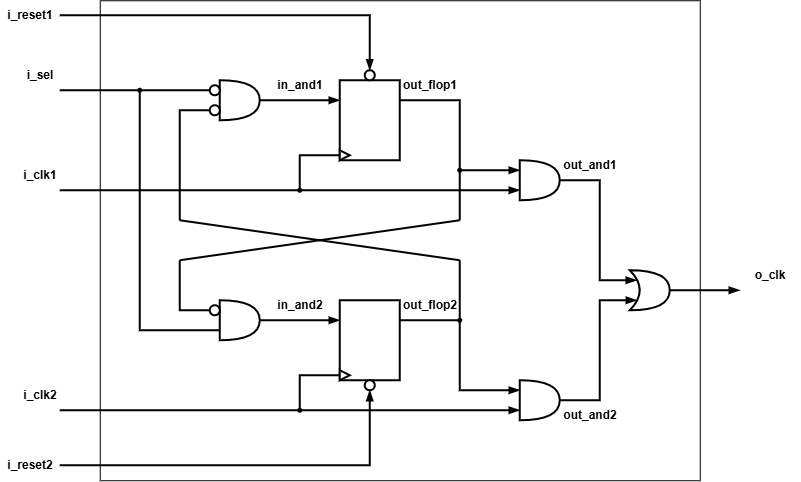
ddbTran/Common-IP keeps this draw.io diagram as ip/clk_mux/docs/clk_mux.png. Above is the earlier version. Source tidied: cells renumbered, new cells last; positions are measured from the earlier drawing's top-left corner, leaving out a move shared by most shapes.
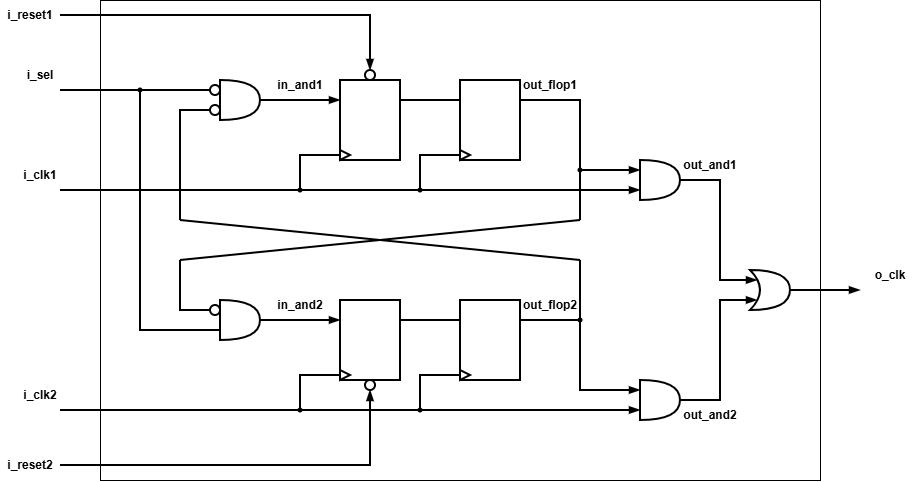
After the commit.

Commit message:
Update block diagram

Change to the diagram source:
```diff
@@ -71,7 +71,7 @@
       </mxGeometry>
     </mxCell>
     <mxCell id="20" style="shape=or;whiteSpace=wrap;html=1;shapeInside=1;strokeWidth=2;fontStyle=1;" parent="1" vertex="1">
-      <mxGeometry x="520" y="160" width="40" height="40" as="geometry" />
+      <mxGeometry x="640" y="160" width="40" height="40" as="geometry" />
     </mxCell>
     <mxCell id="21" style="edgeStyle=orthogonalEdgeStyle;rounded=0;jettySize=auto;html=1;exitX=0;exitY=0.75;exitDx=0;exitDy=0;exitPerimeter=0;endArrow=none;endFill=0;startArrow=blockThin;startFill=1;strokeWidth=2;fontStyle=1;" parent="1" edge="1" source="22">
       <mxGeometry relative="1" as="geometry">
@@ -79,66 +79,66 @@
       </mxGeometry>
     </mxCell>
     <mxCell id="22" style="shape=or;whiteSpace=wrap;html=1;shapeInside=1;strokeWidth=2;fontStyle=1;" parent="1" vertex="1">
-      <mxGeometry x="520" y="380" width="40" height="40" as="geometry" />
+      <mxGeometry x="640" y="380" width="40" height="40" as="geometry" />
     </mxCell>
     <mxCell id="23" style="edgeStyle=orthogonalEdgeStyle;rounded=0;jettySize=auto;html=1;exitX=1;exitY=0.5;exitDx=0;exitDy=0;exitPerimeter=0;endArrow=blockThin;endFill=1;strokeWidth=2;fontStyle=1;" parent="1" edge="1" source="24">
       <mxGeometry relative="1" as="geometry">
-        <mxPoint x="740" y="290" as="targetPoint" />
+        <mxPoint x="860" y="290" as="targetPoint" />
       </mxGeometry>
     </mxCell>
     <mxCell id="24" style="shape=xor;whiteSpace=wrap;html=1;shapeInside=1;strokeWidth=2;fontStyle=1;" parent="1" vertex="1">
-      <mxGeometry x="630" y="270" width="40" height="40" as="geometry" />
+      <mxGeometry x="750" y="270" width="40" height="40" as="geometry" />
     </mxCell>
-    <mxCell id="25" style="edgeStyle=orthogonalEdgeStyle;rounded=0;jettySize=auto;html=1;exitX=1;exitY=0.25;exitDx=0;exitDy=0;entryX=0;entryY=0.25;entryDx=0;entryDy=0;entryPerimeter=0;endArrow=blockThin;endFill=1;strokeWidth=2;fontStyle=1;" parent="1" edge="1" source="8" target="20">
+    <mxCell id="25" style="edgeStyle=orthogonalEdgeStyle;rounded=0;jettySize=auto;html=1;exitX=1;exitY=0.25;exitDx=0;exitDy=0;entryX=0;entryY=0.25;entryDx=0;entryDy=0;endArrow=none;endFill=0;strokeWidth=2;fontStyle=1;" parent="1" edge="1" source="8" target="50">
       <mxGeometry relative="1" as="geometry">
         <Array as="points">
-          <mxPoint x="460" y="100" />
-          <mxPoint x="460" y="170" />
+          <mxPoint x="470" y="100" />
+          <mxPoint x="470" y="100" />
         </Array>
       </mxGeometry>
     </mxCell>
     <mxCell id="26" style="edgeStyle=orthogonalEdgeStyle;rounded=0;jettySize=auto;html=1;exitX=1;exitY=0.5;exitDx=0;exitDy=0;exitPerimeter=0;entryX=0.175;entryY=0.25;entryDx=0;entryDy=0;entryPerimeter=0;endArrow=blockThin;endFill=1;strokeWidth=2;fontStyle=1;" parent="1" edge="1" source="20" target="24">
       <mxGeometry relative="1" as="geometry">
         <Array as="points">
-          <mxPoint x="600" y="180" />
-          <mxPoint x="600" y="280" />
+          <mxPoint x="720" y="180" />
+          <mxPoint x="720" y="280" />
         </Array>
       </mxGeometry>
     </mxCell>
     <mxCell id="27" style="edgeStyle=orthogonalEdgeStyle;rounded=0;jettySize=auto;html=1;exitX=1;exitY=0.5;exitDx=0;exitDy=0;exitPerimeter=0;entryX=0.175;entryY=0.75;entryDx=0;entryDy=0;entryPerimeter=0;endArrow=blockThin;endFill=1;strokeWidth=2;fontStyle=1;" parent="1" edge="1" source="22" target="24">
       <mxGeometry relative="1" as="geometry">
         <Array as="points">
-          <mxPoint x="600" y="400" />
-          <mxPoint x="600" y="300" />
-          <mxPoint x="637" y="300" />
+          <mxPoint x="720" y="400" />
+          <mxPoint x="720" y="300" />
+          <mxPoint x="757" y="300" />
         </Array>
       </mxGeometry>
     </mxCell>
-    <mxCell id="28" style="edgeStyle=orthogonalEdgeStyle;rounded=0;jettySize=auto;html=1;exitX=1;exitY=0.25;exitDx=0;exitDy=0;entryX=0;entryY=0.25;entryDx=0;entryDy=0;entryPerimeter=0;endArrow=blockThin;endFill=1;strokeWidth=2;fontStyle=1;" parent="1" edge="1" source="11" target="22">
+    <mxCell id="28" style="edgeStyle=orthogonalEdgeStyle;rounded=0;jettySize=auto;html=1;exitX=1;exitY=0.25;exitDx=0;exitDy=0;endArrow=none;endFill=0;strokeWidth=2;fontStyle=1;entryX=0;entryY=0.25;entryDx=0;entryDy=0;" parent="1" edge="1" source="11" target="53">
       <mxGeometry relative="1" as="geometry" />
     </mxCell>
     <mxCell id="29" style="endArrow=none;html=1;rounded=0;strokeWidth=2;fontStyle=1;" parent="1" edge="1">
       <mxGeometry relative="1" as="geometry">
         <mxPoint x="180" y="260" as="sourcePoint" />
-        <mxPoint x="460" y="220" as="targetPoint" />
+        <mxPoint x="580" y="220" as="targetPoint" />
       </mxGeometry>
     </mxCell>
     <mxCell id="30" style="endArrow=oval;html=1;rounded=0;endFill=1;endSize=3;strokeWidth=2;fontStyle=1;" parent="1" edge="1">
       <mxGeometry relative="1" as="geometry">
-        <mxPoint x="460" y="220" as="sourcePoint" />
-        <mxPoint x="460" y="170" as="targetPoint" />
+        <mxPoint x="580" y="220" as="sourcePoint" />
+        <mxPoint x="580" y="170" as="targetPoint" />
       </mxGeometry>
     </mxCell>
     <mxCell id="31" style="endArrow=none;html=1;rounded=0;strokeWidth=2;fontStyle=1;" parent="1" edge="1">
       <mxGeometry relative="1" as="geometry">
         <mxPoint x="180" y="220" as="sourcePoint" />
-        <mxPoint x="460" y="260" as="targetPoint" />
+        <mxPoint x="580" y="260" as="targetPoint" />
       </mxGeometry>
     </mxCell>
     <mxCell id="32" style="endArrow=none;html=1;rounded=0;endFill=0;endSize=3;startArrow=oval;startFill=1;startSize=3;strokeWidth=2;fontStyle=1;" parent="1" edge="1">
       <mxGeometry relative="1" as="geometry">
-        <mxPoint x="460" y="320" as="sourcePoint" />
-        <mxPoint x="460" y="260" as="targetPoint" />
+        <mxPoint x="580" y="320" as="sourcePoint" />
+        <mxPoint x="580" y="260" as="targetPoint" />
       </mxGeometry>
     </mxCell>
     <mxCell id="33" style="edgeStyle=orthogonalEdgeStyle;rounded=0;jettySize=auto;html=1;exitX=0.5;exitY=0;exitDx=0;exitDy=0;entryX=1;entryY=0.5;entryDx=0;entryDy=0;startArrow=blockThin;startFill=1;endArrow=none;endFill=0;strokeWidth=2;" parent="1" edge="1" source="34" target="37">
@@ -169,7 +169,7 @@
       <mxGeometry x="10" y="60" width="60" height="30" as="geometry" />
     </mxCell>
     <mxCell id="42" value="o_clk" style="text;html=1;whiteSpace=wrap;strokeColor=none;fillColor=none;align=center;verticalAlign=middle;rounded=0;strokeWidth=2;fontStyle=1;" parent="1" vertex="1">
-      <mxGeometry x="740" y="260" width="60" height="30" as="geometry" />
+      <mxGeometry x="860" y="260" width="60" height="30" as="geometry" />
     </mxCell>
     <mxCell id="43" value="in_and1" style="text;html=1;whiteSpace=wrap;strokeColor=none;fillColor=none;align=center;verticalAlign=middle;rounded=0;strokeWidth=2;fontStyle=1;" parent="1" vertex="1">
       <mxGeometry x="270" y="70" width="60" height="30" as="geometry" />
@@ -178,19 +178,47 @@
       <mxGeometry x="270" y="290" width="60" height="30" as="geometry" />
     </mxCell>
     <mxCell id="45" value="out_flop1" style="text;html=1;whiteSpace=wrap;strokeColor=none;fillColor=none;align=center;verticalAlign=middle;rounded=0;strokeWidth=2;fontStyle=1;" parent="1" vertex="1">
-      <mxGeometry x="400" y="70" width="60" height="30" as="geometry" />
+      <mxGeometry x="520" y="70" width="60" height="30" as="geometry" />
     </mxCell>
     <mxCell id="46" value="out_flop2" style="text;html=1;whiteSpace=wrap;strokeColor=none;fillColor=none;align=center;verticalAlign=middle;rounded=0;strokeWidth=2;fontStyle=1;" parent="1" vertex="1">
-      <mxGeometry x="400" y="290" width="60" height="30" as="geometry" />
+      <mxGeometry x="520" y="290" width="60" height="30" as="geometry" />
     </mxCell>
     <mxCell id="47" value="out_and1" style="text;html=1;whiteSpace=wrap;strokeColor=none;fillColor=none;align=center;verticalAlign=middle;rounded=0;strokeWidth=2;fontStyle=1;" parent="1" vertex="1">
-      <mxGeometry x="560" y="150" width="60" height="30" as="geometry" />
+      <mxGeometry x="680" y="150" width="60" height="30" as="geometry" />
     </mxCell>
     <mxCell id="48" value="out_and2" style="text;html=1;whiteSpace=wrap;strokeColor=none;fillColor=none;align=center;verticalAlign=middle;rounded=0;strokeWidth=2;fontStyle=1;" parent="1" vertex="1">
-      <mxGeometry x="560" y="400" width="60" height="30" as="geometry" />
+      <mxGeometry x="680" y="400" width="60" height="30" as="geometry" />
     </mxCell>
     <mxCell id="49" style="rounded=0;whiteSpace=wrap;html=1;fillColor=none;strokeWidth=1;fontStyle=1;" parent="1" vertex="1">
-      <mxGeometry x="100" width="600" height="480" as="geometry" />
+      <mxGeometry x="100" width="720" height="480" as="geometry" />
     </mxCell>
+    <mxCell id="50" style="rounded=0;whiteSpace=wrap;html=1;strokeWidth=2;fontStyle=1;" parent="1" vertex="1">
+      <mxGeometry x="460" y="80" width="60" height="80" as="geometry" />
+    </mxCell>
+    <mxCell id="51" style="edgeStyle=orthogonalEdgeStyle;rounded=0;jettySize=auto;html=1;exitX=1;exitY=0.25;exitDx=0;exitDy=0;entryX=0;entryY=0.25;entryDx=0;entryDy=0;entryPerimeter=0;endArrow=blockThin;endFill=1;strokeWidth=2;" parent="1" edge="1" source="50" target="20">
+      <mxGeometry relative="1" as="geometry" />
+    </mxCell>
+    <mxCell id="52" style="edgeStyle=orthogonalEdgeStyle;rounded=0;jettySize=auto;html=1;exitX=1;exitY=0.25;exitDx=0;exitDy=0;entryX=0;entryY=0.25;entryDx=0;entryDy=0;entryPerimeter=0;endArrow=blockThin;endFill=1;strokeWidth=2;" parent="1" edge="1" source="53" target="22">
+      <mxGeometry relative="1" as="geometry" />
+    </mxCell>
+    <mxCell id="53" style="rounded=0;whiteSpace=wrap;html=1;strokeWidth=2;fontStyle=1;" parent="1" vertex="1">
+      <mxGeometry x="460" y="300" width="60" height="80" as="geometry" />
+    </mxCell>
+    <mxCell id="54" style="edgeStyle=orthogonalEdgeStyle;rounded=0;jettySize=auto;html=1;exitX=0;exitY=0.5;exitDx=0;exitDy=0;endArrow=oval;endFill=1;endSize=3;strokeWidth=2;fontStyle=1;" parent="1" edge="1" source="55">
+      <mxGeometry relative="1" as="geometry">
+        <mxPoint x="420" y="190" as="targetPoint" />
+      </mxGeometry>
+    </mxCell>
+    <mxCell id="55" style="triangle;whiteSpace=wrap;html=1;shapeInside=1;strokeWidth=2;fontStyle=1;" parent="1" vertex="1">
+      <mxGeometry x="460" y="150" width="10" height="10" as="geometry" />
+    </mxCell>
+    <mxCell id="56" style="edgeStyle=orthogonalEdgeStyle;rounded=0;jettySize=auto;html=1;exitX=0;exitY=0.5;exitDx=0;exitDy=0;endArrow=oval;endFill=1;endSize=3;strokeWidth=2;fontStyle=1;" parent="1" edge="1" source="57">
+      <mxGeometry relative="1" as="geometry">
+        <mxPoint x="420" y="410" as="targetPoint" />
+      </mxGeometry>
+    </mxCell>
+    <mxCell id="57" style="triangle;whiteSpace=wrap;html=1;shapeInside=1;strokeWidth=2;fontStyle=1;" parent="1" vertex="1">
+      <mxGeometry x="460" y="370" width="10" height="10" as="geometry" />
+    </mxCell>
   </root>
 </mxGraphModel>
```
